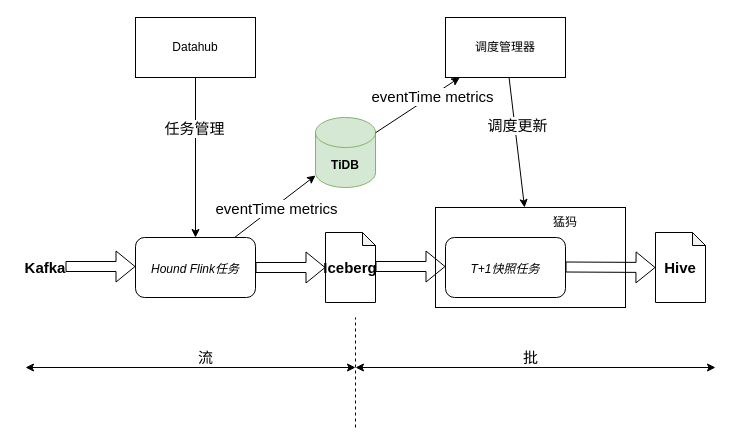
Earlier version of the draw.io diagram 基于消息驱动的批流边界任务自动化调度.drawio (psd562013601/diagrams). Source tidied: cells renumbered, new cells numbered last; positions are measured from the earlier drawing's top-left corner, leaving out a move shared by most shapes. Both pictures are drawn from the tidied source at 100%, with x=0, y=0 at pixel (25, 17).
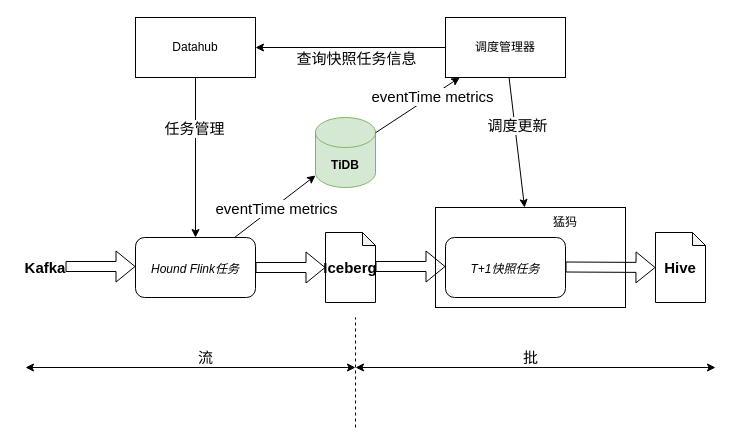
The same page after the edit.

Commit message (it also covers changes not shown here):
Update 基于消息驱动的批流边界任务自动化调度.drawio

The change refers to these unchanged cells:
```xml
<mxCell id="2" value="Datahub" style="rounded=0;whiteSpace=wrap;html=1;" parent="1" vertex="1">
  <mxGeometry x="110" width="120" height="60" as="geometry" />
</mxCell>
<mxCell id="3" value="调度管理器" style="rounded=0;whiteSpace=wrap;html=1;" parent="1" vertex="1">
  <mxGeometry x="420" width="120" height="60" as="geometry" />
</mxCell>
```

Diff of the diagram source:
```diff
@@
+    <mxCell id="29" style="endArrow=classic;html=1;fontSize=15;" parent="1" edge="1" source="3" target="2">
+      <mxGeometry relative="1" as="geometry" />
+    </mxCell>
+    <mxCell id="30" value="查询快照任务信息" style="edgeLabel;html=1;align=center;verticalAlign=middle;fontSize=15;" parent="29" vertex="1">
+      <mxGeometry x="-0.53" y="-1" relative="1" as="geometry">
+        <mxPoint x="-45" y="11" as="offset" />
+      </mxGeometry>
+    </mxCell>
```
